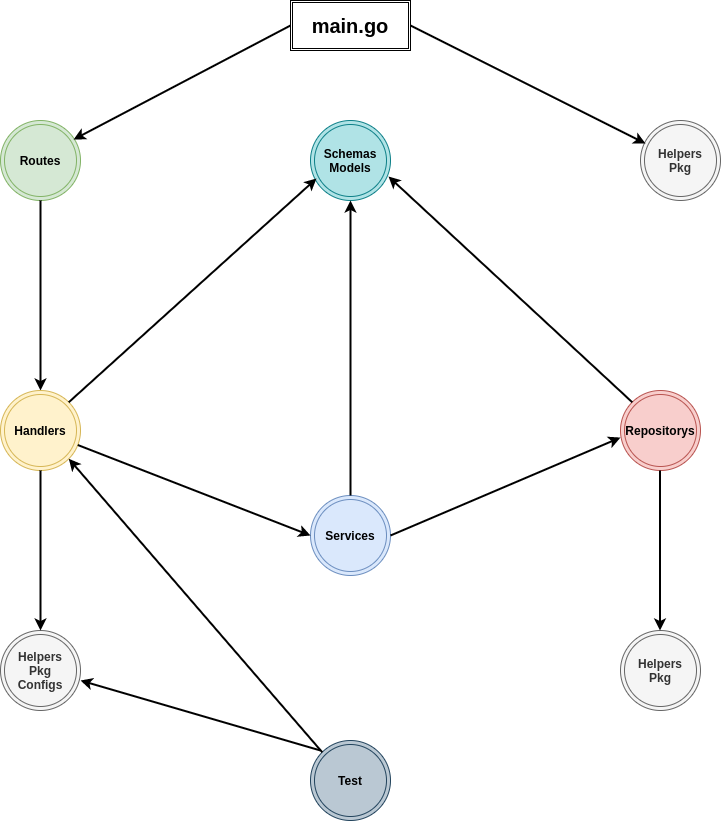
The draw.io diagram diagram.png in restuwahyu13/go-clean-architecture, before a commit. Source tidied: cells renumbered, new cells last; positions are measured from the earlier drawing's top-left corner, leaving out a move shared by most shapes. Its diagram source:
```xml
<mxGraphModel>
  <root>
    <mxCell id="0" />
    <mxCell id="1" parent="0" />
    <mxCell id="2" value="&lt;b&gt;Routes&lt;/b&gt;" style="ellipse;shape=doubleEllipse;whiteSpace=wrap;html=1;fillColor=#d5e8d4;strokeColor=#82b366;" parent="1" vertex="1">
      <mxGeometry y="120" width="80" height="80" as="geometry" />
    </mxCell>
    <mxCell id="3" style="endArrow=none;startArrow=classic;html=1;rounded=0;exitX=0.5;exitY=0;exitDx=0;exitDy=0;endFill=0;entryX=0.5;entryY=1;entryDx=0;entryDy=0;strokeWidth=2;" parent="1" edge="1" source="4" target="2">
      <mxGeometry relative="1" as="geometry" />
    </mxCell>
    <mxCell id="4" value="&lt;b&gt;Handlers&lt;/b&gt;" style="ellipse;shape=doubleEllipse;whiteSpace=wrap;html=1;fillColor=#fff2cc;strokeColor=#d6b656;" parent="1" vertex="1">
      <mxGeometry y="390" width="80" height="80" as="geometry" />
    </mxCell>
    <mxCell id="5" value="&lt;b&gt;Services&lt;/b&gt;" style="ellipse;shape=doubleEllipse;whiteSpace=wrap;html=1;fillColor=#dae8fc;strokeColor=#6c8ebf;" parent="1" vertex="1">
      <mxGeometry x="310" y="495" width="80" height="80" as="geometry" />
    </mxCell>
    <mxCell id="6" value="&lt;b&gt;Repositorys&lt;/b&gt;" style="ellipse;shape=doubleEllipse;whiteSpace=wrap;html=1;fillColor=#f8cecc;strokeColor=#b85450;" parent="1" vertex="1">
      <mxGeometry x="620" y="390" width="80" height="80" as="geometry" />
    </mxCell>
    <mxCell id="7" style="endArrow=none;html=1;startArrow=classic;startFill=1;endFill=0;exitX=0;exitY=0.588;exitDx=0;exitDy=0;exitPerimeter=0;strokeWidth=2;strokeColor=default;rounded=0;" parent="1" edge="1" source="6">
      <mxGeometry relative="1" as="geometry">
        <mxPoint x="390" y="535" as="targetPoint" />
      </mxGeometry>
    </mxCell>
    <mxCell id="8" style="endArrow=none;html=1;rounded=0;exitX=0;exitY=0.5;exitDx=0;exitDy=0;startArrow=classic;startFill=1;endFill=0;strokeWidth=2;" parent="1" edge="1" source="5" target="4">
      <mxGeometry relative="1" as="geometry" />
    </mxCell>
    <mxCell id="9" value="&lt;b&gt;Schemas&lt;br&gt;Models&lt;/b&gt;" style="ellipse;shape=doubleEllipse;whiteSpace=wrap;html=1;fillColor=#b0e3e6;strokeColor=#0e8088;" parent="1" vertex="1">
      <mxGeometry x="310" y="120" width="80" height="80" as="geometry" />
    </mxCell>
    <mxCell id="10" style="endArrow=classic;html=1;rounded=0;entryX=0.075;entryY=0.725;entryDx=0;entryDy=0;entryPerimeter=0;exitX=1;exitY=0;exitDx=0;exitDy=0;strokeWidth=2;" parent="1" edge="1" source="4" target="9">
      <mxGeometry relative="1" as="geometry" />
    </mxCell>
    <mxCell id="11" style="endArrow=classic;html=1;rounded=0;entryX=0.5;entryY=1;entryDx=0;entryDy=0;strokeWidth=2;" parent="1" edge="1" source="5" target="9">
      <mxGeometry relative="1" as="geometry" />
    </mxCell>
    <mxCell id="12" style="endArrow=classic;html=1;rounded=0;exitX=0;exitY=0;exitDx=0;exitDy=0;strokeWidth=2;entryX=0.975;entryY=0.7;entryDx=0;entryDy=0;entryPerimeter=0;" parent="1" edge="1" source="6" target="9">
      <mxGeometry relative="1" as="geometry" />
    </mxCell>
    <mxCell id="13" value="&lt;b&gt;Helpers&lt;br&gt;Pkg&lt;br&gt;Configs&lt;br&gt;&lt;/b&gt;" style="ellipse;shape=doubleEllipse;whiteSpace=wrap;html=1;fillColor=#f5f5f5;strokeColor=#666666;fontColor=#333333;" parent="1" vertex="1">
      <mxGeometry y="630" width="80" height="80" as="geometry" />
    </mxCell>
    <mxCell id="14" style="endArrow=classic;html=1;rounded=0;entryX=0.5;entryY=0;entryDx=0;entryDy=0;strokeWidth=2;" parent="1" edge="1" source="4" target="13">
      <mxGeometry relative="1" as="geometry" />
    </mxCell>
    <mxCell id="15" value="&lt;b&gt;Helpers&lt;br&gt;Pkg&lt;/b&gt;" style="ellipse;shape=doubleEllipse;whiteSpace=wrap;html=1;fillColor=#f5f5f5;strokeColor=#666666;fontColor=#333333;" parent="1" vertex="1">
      <mxGeometry x="620" y="630" width="80" height="80" as="geometry" />
    </mxCell>
    <mxCell id="16" style="endArrow=classic;html=1;rounded=0;entryX=0.5;entryY=0;entryDx=0;entryDy=0;strokeWidth=2;" parent="1" edge="1">
      <mxGeometry relative="1" as="geometry">
        <mxPoint x="659.5" y="470" as="sourcePoint" />
        <mxPoint x="659.5" y="630" as="targetPoint" />
      </mxGeometry>
    </mxCell>
    <mxCell id="17" value="&lt;b&gt;Test&lt;/b&gt;" style="ellipse;shape=doubleEllipse;whiteSpace=wrap;html=1;fillColor=#bac8d3;strokeColor=#23445d;" parent="1" vertex="1">
      <mxGeometry x="310" y="740" width="80" height="80" as="geometry" />
    </mxCell>
    <mxCell id="18" style="endArrow=classic;html=1;rounded=0;strokeColor=default;strokeWidth=2;exitX=0;exitY=0;exitDx=0;exitDy=0;entryX=1;entryY=1;entryDx=0;entryDy=0;" parent="1" edge="1" source="17" target="4">
      <mxGeometry relative="1" as="geometry" />
    </mxCell>
    <mxCell id="19" style="endArrow=classic;html=1;rounded=0;strokeColor=default;strokeWidth=2;" parent="1" edge="1">
      <mxGeometry relative="1" as="geometry">
        <mxPoint x="320" y="750" as="sourcePoint" />
        <mxPoint x="80" y="680" as="targetPoint" />
      </mxGeometry>
    </mxCell>
    <mxCell id="20" value="&lt;b&gt;&lt;font style=&quot;font-size: 20px&quot;&gt;main.go&lt;/font&gt;&lt;/b&gt;" style="shape=ext;double=1;rounded=0;whiteSpace=wrap;html=1;" parent="1" vertex="1">
      <mxGeometry x="290" width="120" height="50" as="geometry" />
    </mxCell>
    <mxCell id="21" style="endArrow=classic;html=1;rounded=0;fontSize=20;strokeColor=default;strokeWidth=2;entryX=0.913;entryY=0.238;entryDx=0;entryDy=0;entryPerimeter=0;exitX=0;exitY=0.5;exitDx=0;exitDy=0;" parent="1" edge="1" source="20" target="2">
      <mxGeometry relative="1" as="geometry" />
    </mxCell>
    <mxCell id="22" value="&lt;b&gt;Helpers&lt;br&gt;Pkg&lt;/b&gt;" style="ellipse;shape=doubleEllipse;whiteSpace=wrap;html=1;fillColor=#f5f5f5;strokeColor=#666666;fontColor=#333333;" parent="1" vertex="1">
      <mxGeometry x="640" y="120" width="80" height="80" as="geometry" />
    </mxCell>
    <mxCell id="23" style="endArrow=classic;html=1;rounded=0;fontSize=20;strokeColor=default;strokeWidth=2;entryX=0.063;entryY=0.288;entryDx=0;entryDy=0;exitX=1;exitY=0.5;exitDx=0;exitDy=0;entryPerimeter=0;" parent="1" edge="1" source="20" target="22">
      <mxGeometry relative="1" as="geometry" />
    </mxCell>
  </root>
</mxGraphModel>
```
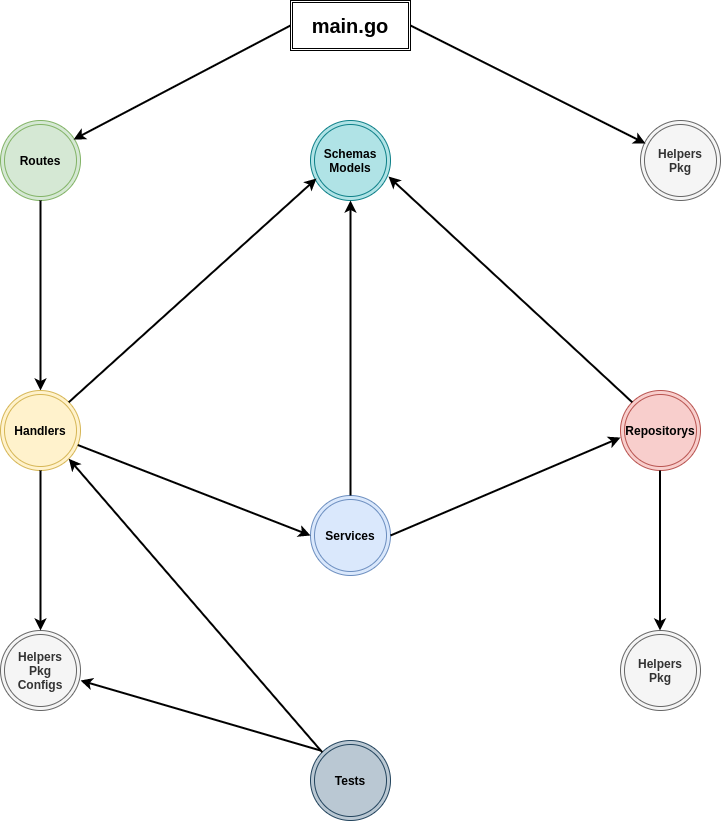
Above is the later version.

Commit message:
add flow diagram

What changed in the source:
```diff
@@ -52,7 +52,7 @@
         <mxPoint x="659.5" y="630" as="targetPoint" />
       </mxGeometry>
     </mxCell>
-    <mxCell id="17" value="&lt;b&gt;Test&lt;/b&gt;" style="ellipse;shape=doubleEllipse;whiteSpace=wrap;html=1;fillColor=#bac8d3;strokeColor=#23445d;" parent="1" vertex="1">
+    <mxCell id="17" value="&lt;b&gt;Tests&lt;/b&gt;" style="ellipse;shape=doubleEllipse;whiteSpace=wrap;html=1;fillColor=#bac8d3;strokeColor=#23445d;" parent="1" vertex="1">
       <mxGeometry x="310" y="740" width="80" height="80" as="geometry" />
     </mxCell>
     <mxCell id="18" style="endArrow=classic;html=1;rounded=0;strokeColor=default;strokeWidth=2;exitX=0;exitY=0;exitDx=0;exitDy=0;entryX=1;entryY=1;entryDx=0;entryDy=0;" parent="1" edge="1" source="17" target="4">
```
